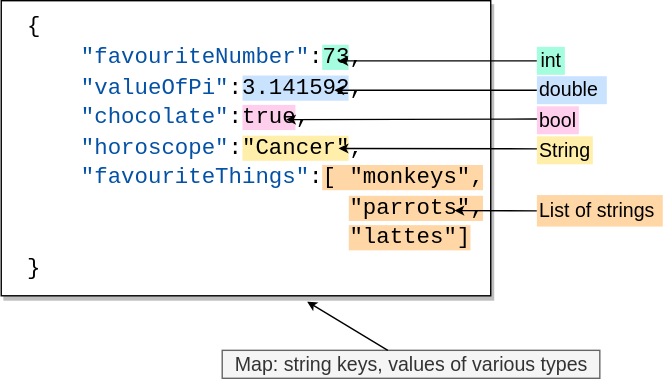
This is diagrams/tutorials/web/jsonstring.svg from dart-lang/site-www, a draw.io export, as it was before one commit. Source tidied: cells renumbered, new cells last; positions are measured from the earlier drawing's top-left corner, leaving out a move shared by most shapes. Its diagram source:
```xml
<mxGraphModel>
  <root>
    <mxCell id="0" />
    <mxCell id="1" parent="0" />
    <mxCell id="2" value="&lt;div style=&quot;font-family: &amp;#34;consolas&amp;#34; , &amp;#34;courier new&amp;#34; , monospace ; font-size: 16px ; line-height: 135%&quot;&gt;&lt;div&gt;&lt;span style=&quot;background-color: rgb(255 , 255 , 255)&quot;&gt;{&lt;/span&gt;&lt;/div&gt;&lt;div&gt;&lt;span style=&quot;background-color: rgb(255 , 255 , 255)&quot;&gt;&amp;nbsp;&amp;nbsp;&amp;nbsp;&amp;nbsp;&lt;/span&gt;&lt;span style=&quot;background-color: rgb(255 , 255 , 255) ; color: rgb(4 , 81 , 165)&quot;&gt;&quot;favouriteNumber&quot;&lt;/span&gt;&lt;span style=&quot;background-color: rgb(255 , 255 , 255)&quot;&gt;:&lt;/span&gt;&lt;font style=&quot;background-color: rgb(164 , 253 , 223)&quot;&gt;73&lt;/font&gt;&lt;span style=&quot;background-color: rgb(255 , 255 , 255)&quot;&gt;,&lt;/span&gt;&lt;/div&gt;&lt;div&gt;&lt;span style=&quot;background-color: rgb(255 , 255 , 255)&quot;&gt;&amp;nbsp;&amp;nbsp;&amp;nbsp;&amp;nbsp;&lt;/span&gt;&lt;span style=&quot;background-color: rgb(255 , 255 , 255) ; color: rgb(4 , 81 , 165)&quot;&gt;&quot;valueOfPi&quot;&lt;/span&gt;&lt;span style=&quot;background-color: rgb(255 , 255 , 255)&quot;&gt;:&lt;/span&gt;&lt;font style=&quot;background-color: rgb(201 , 227 , 255)&quot;&gt;3.141592&lt;/font&gt;&lt;span style=&quot;background-color: rgb(255 , 255 , 255)&quot;&gt;,&lt;/span&gt;&lt;/div&gt;&lt;div&gt;&lt;span style=&quot;background-color: rgb(255 , 255 , 255)&quot;&gt;&amp;nbsp;&amp;nbsp;&amp;nbsp;&amp;nbsp;&lt;/span&gt;&lt;span style=&quot;background-color: rgb(255 , 255 , 255) ; color: rgb(4 , 81 , 165)&quot;&gt;&quot;chocolate&quot;&lt;/span&gt;&lt;span style=&quot;background-color: rgb(255 , 255 , 255)&quot;&gt;:&lt;/span&gt;&lt;font style=&quot;background-color: rgb(255 , 206 , 236)&quot;&gt;true&lt;/font&gt;&lt;span style=&quot;background-color: rgb(255 , 255 , 255)&quot;&gt;,&lt;/span&gt;&lt;/div&gt;&lt;div&gt;&lt;span style=&quot;background-color: rgb(255 , 255 , 255)&quot;&gt;&amp;nbsp;&amp;nbsp;&amp;nbsp;&amp;nbsp;&lt;/span&gt;&lt;span style=&quot;background-color: rgb(255 , 255 , 255) ; color: rgb(4 , 81 , 165)&quot;&gt;&quot;horoscope&quot;&lt;/span&gt;&lt;span style=&quot;background-color: rgb(255 , 255 , 255)&quot;&gt;:&lt;/span&gt;&lt;font style=&quot;background-color: rgb(255 , 239 , 170)&quot;&gt;&quot;Cancer&quot;&lt;/font&gt;&lt;span style=&quot;background-color: rgb(255 , 255 , 255)&quot;&gt;,&lt;/span&gt;&lt;/div&gt;&lt;div&gt;&lt;span style=&quot;background-color: rgb(255 , 255 , 255)&quot;&gt;&amp;nbsp;&amp;nbsp;&amp;nbsp;&amp;nbsp;&lt;/span&gt;&lt;span style=&quot;background-color: rgb(255 , 255 , 255) ; color: rgb(4 , 81 , 165)&quot;&gt;&quot;favouriteThings&quot;&lt;/span&gt;&lt;span style=&quot;background-color: rgb(255 , 255 , 255)&quot;&gt;:&lt;/span&gt;&lt;font style=&quot;background-color: rgb(255 , 214 , 165)&quot;&gt;[&amp;nbsp;&quot;monkeys&quot;,&lt;/font&gt;&lt;/div&gt;&lt;div&gt;&lt;font style=&quot;background-color: rgb(255 , 255 , 255)&quot;&gt;&amp;nbsp;&amp;nbsp;&amp;nbsp;&amp;nbsp;&amp;nbsp;&amp;nbsp;&amp;nbsp;&amp;nbsp;&amp;nbsp;&amp;nbsp;&amp;nbsp;&amp;nbsp;&amp;nbsp;&amp;nbsp;&amp;nbsp;&amp;nbsp;&amp;nbsp;&amp;nbsp;&amp;nbsp;&amp;nbsp;&amp;nbsp;&amp;nbsp;&amp;nbsp;&amp;nbsp;&lt;/font&gt;&lt;font style=&quot;background-color: rgb(255 , 214 , 165)&quot;&gt;&quot;parrots&quot;,&lt;/font&gt;&lt;/div&gt;&lt;div&gt;&lt;font style=&quot;background-color: rgb(255 , 255 , 255)&quot;&gt;&amp;nbsp;&amp;nbsp;&amp;nbsp;&amp;nbsp;&amp;nbsp;&amp;nbsp;&amp;nbsp;&amp;nbsp;&amp;nbsp;&amp;nbsp;&amp;nbsp;&amp;nbsp;&amp;nbsp;&amp;nbsp;&amp;nbsp;&amp;nbsp;&amp;nbsp;&amp;nbsp;&amp;nbsp;&amp;nbsp;&amp;nbsp;&amp;nbsp;&amp;nbsp;&amp;nbsp;&lt;/font&gt;&lt;font style=&quot;background-color: rgb(255 , 214 , 165)&quot;&gt;&quot;lattes&quot;]&lt;/font&gt;&lt;/div&gt;&lt;div&gt;&lt;span style=&quot;background-color: rgb(255 , 255 , 255)&quot;&gt;}&lt;/span&gt;&lt;/div&gt;&lt;/div&gt;" style="rounded=0;whiteSpace=wrap;html=1;align=left;perimeterSpacing=0;glass=0;spacingLeft=17;shadow=1;sketch=0;" parent="1" vertex="1">
      <mxGeometry width="350" height="211" as="geometry" />
    </mxCell>
    <mxCell id="3" style="endArrow=classic;html=1;fontSize=14;endSize=4;jumpStyle=none;exitX=0;exitY=0.5;exitDx=0;exitDy=0;" parent="1" edge="1" source="10">
      <mxGeometry relative="1" as="geometry">
        <mxPoint x="241" y="43" as="targetPoint" />
      </mxGeometry>
    </mxCell>
    <mxCell id="4" style="endArrow=classic;html=1;fontSize=14;endSize=4;jumpStyle=none;exitX=0;exitY=0.5;exitDx=0;exitDy=0;" parent="1" edge="1" source="12">
      <mxGeometry relative="1" as="geometry">
        <mxPoint x="238.1" y="64" as="targetPoint" />
      </mxGeometry>
    </mxCell>
    <mxCell id="5" style="endArrow=classic;html=1;fontSize=14;endSize=4;jumpStyle=none;exitX=0.008;exitY=0.457;exitDx=0;exitDy=0;exitPerimeter=0;" parent="1" edge="1" source="11">
      <mxGeometry relative="1" as="geometry">
        <mxPoint x="203.7" y="85" as="targetPoint" />
      </mxGeometry>
    </mxCell>
    <mxCell id="6" style="endArrow=classic;html=1;fontSize=14;endSize=4;jumpStyle=none;exitX=0.003;exitY=0.446;exitDx=0;exitDy=0;exitPerimeter=0;" parent="1" edge="1" source="13">
      <mxGeometry relative="1" as="geometry">
        <mxPoint x="241.2" y="105.7" as="targetPoint" />
      </mxGeometry>
    </mxCell>
    <mxCell id="7" value="Map: string keys, values of various types" style="text;html=1;align=center;verticalAlign=middle;points=[];fontSize=14;strokeColor=#666666;fillColor=#f5f5f5;fontColor=#333333;" parent="1" vertex="1">
      <mxGeometry x="158" y="250" width="270" height="20" as="geometry" />
    </mxCell>
    <mxCell id="8" style="endArrow=classic;html=1;fontSize=14;endSize=4;entryX=0.625;entryY=1.02;entryDx=0;entryDy=0;entryPerimeter=0;" parent="1" edge="1" source="7" target="2">
      <mxGeometry relative="1" as="geometry" />
    </mxCell>
    <mxCell id="9" style="endArrow=classic;html=1;fontSize=14;endSize=4;jumpStyle=none;exitX=0;exitY=0.5;exitDx=0;exitDy=0;" parent="1" edge="1" source="14">
      <mxGeometry relative="1" as="geometry">
        <mxPoint x="324" y="150.1" as="targetPoint" />
      </mxGeometry>
    </mxCell>
    <mxCell id="10" value="int" style="rounded=0;whiteSpace=wrap;html=1;fillColor=#A4FDDF;strokeColor=none;align=left;spacingLeft=1;fontSize=14;" parent="1" vertex="1">
      <mxGeometry x="383" y="33" width="20" height="20" as="geometry" />
    </mxCell>
    <mxCell id="11" value="bool" style="rounded=0;whiteSpace=wrap;html=1;fillColor=#FFCEEC;strokeColor=none;align=left;fontSize=14;" parent="1" vertex="1">
      <mxGeometry x="383" y="75.5" width="30" height="20" as="geometry" />
    </mxCell>
    <mxCell id="12" value="double" style="rounded=0;whiteSpace=wrap;html=1;fillColor=#C9E3FF;strokeColor=none;align=left;fontSize=14;" parent="1" vertex="1">
      <mxGeometry x="383" y="54" width="50" height="20" as="geometry" />
    </mxCell>
    <mxCell id="13" value="String" style="rounded=0;whiteSpace=wrap;html=1;fillColor=#FFEFAA;strokeColor=none;align=left;fontSize=14;" parent="1" vertex="1">
      <mxGeometry x="383" y="97" width="40" height="20" as="geometry" />
    </mxCell>
    <mxCell id="14" value="&lt;span style=&quot;background-color: rgb(255, 214, 165); font-size: 14px;&quot;&gt;&lt;font style=&quot;font-size: 14px;&quot;&gt;List of strings&lt;/font&gt;&lt;/span&gt;" style="rounded=0;whiteSpace=wrap;html=1;align=left;fillColor=#FFD6A5;strokeColor=none;fontSize=14;" parent="1" vertex="1">
      <mxGeometry x="383" y="139" width="90" height="22.5" as="geometry" />
    </mxCell>
  </root>
</mxGraphModel>
```
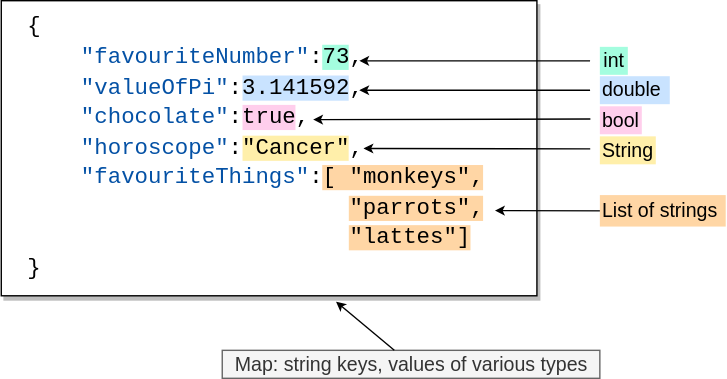
After the change.

Diff of the diagram source:
```diff
@@ -2,53 +2,58 @@
   <root>
     <mxCell id="0" />
     <mxCell id="1" parent="0" />
-    <mxCell id="2" value="&lt;div style=&quot;font-family: &amp;#34;consolas&amp;#34; , &amp;#34;courier new&amp;#34; , monospace ; font-size: 16px ; line-height: 135%&quot;&gt;&lt;div&gt;&lt;span style=&quot;background-color: rgb(255 , 255 , 255)&quot;&gt;{&lt;/span&gt;&lt;/div&gt;&lt;div&gt;&lt;span style=&quot;background-color: rgb(255 , 255 , 255)&quot;&gt;&amp;nbsp;&amp;nbsp;&amp;nbsp;&amp;nbsp;&lt;/span&gt;&lt;span style=&quot;background-color: rgb(255 , 255 , 255) ; color: rgb(4 , 81 , 165)&quot;&gt;&quot;favouriteNumber&quot;&lt;/span&gt;&lt;span style=&quot;background-color: rgb(255 , 255 , 255)&quot;&gt;:&lt;/span&gt;&lt;font style=&quot;background-color: rgb(164 , 253 , 223)&quot;&gt;73&lt;/font&gt;&lt;span style=&quot;background-color: rgb(255 , 255 , 255)&quot;&gt;,&lt;/span&gt;&lt;/div&gt;&lt;div&gt;&lt;span style=&quot;background-color: rgb(255 , 255 , 255)&quot;&gt;&amp;nbsp;&amp;nbsp;&amp;nbsp;&amp;nbsp;&lt;/span&gt;&lt;span style=&quot;background-color: rgb(255 , 255 , 255) ; color: rgb(4 , 81 , 165)&quot;&gt;&quot;valueOfPi&quot;&lt;/span&gt;&lt;span style=&quot;background-color: rgb(255 , 255 , 255)&quot;&gt;:&lt;/span&gt;&lt;font style=&quot;background-color: rgb(201 , 227 , 255)&quot;&gt;3.141592&lt;/font&gt;&lt;span style=&quot;background-color: rgb(255 , 255 , 255)&quot;&gt;,&lt;/span&gt;&lt;/div&gt;&lt;div&gt;&lt;span style=&quot;background-color: rgb(255 , 255 , 255)&quot;&gt;&amp;nbsp;&amp;nbsp;&amp;nbsp;&amp;nbsp;&lt;/span&gt;&lt;span style=&quot;background-color: rgb(255 , 255 , 255) ; color: rgb(4 , 81 , 165)&quot;&gt;&quot;chocolate&quot;&lt;/span&gt;&lt;span style=&quot;background-color: rgb(255 , 255 , 255)&quot;&gt;:&lt;/span&gt;&lt;font style=&quot;background-color: rgb(255 , 206 , 236)&quot;&gt;true&lt;/font&gt;&lt;span style=&quot;background-color: rgb(255 , 255 , 255)&quot;&gt;,&lt;/span&gt;&lt;/div&gt;&lt;div&gt;&lt;span style=&quot;background-color: rgb(255 , 255 , 255)&quot;&gt;&amp;nbsp;&amp;nbsp;&amp;nbsp;&amp;nbsp;&lt;/span&gt;&lt;span style=&quot;background-color: rgb(255 , 255 , 255) ; color: rgb(4 , 81 , 165)&quot;&gt;&quot;horoscope&quot;&lt;/span&gt;&lt;span style=&quot;background-color: rgb(255 , 255 , 255)&quot;&gt;:&lt;/span&gt;&lt;font style=&quot;background-color: rgb(255 , 239 , 170)&quot;&gt;&quot;Cancer&quot;&lt;/font&gt;&lt;span style=&quot;background-color: rgb(255 , 255 , 255)&quot;&gt;,&lt;/span&gt;&lt;/div&gt;&lt;div&gt;&lt;span style=&quot;background-color: rgb(255 , 255 , 255)&quot;&gt;&amp;nbsp;&amp;nbsp;&amp;nbsp;&amp;nbsp;&lt;/span&gt;&lt;span style=&quot;background-color: rgb(255 , 255 , 255) ; color: rgb(4 , 81 , 165)&quot;&gt;&quot;favouriteThings&quot;&lt;/span&gt;&lt;span style=&quot;background-color: rgb(255 , 255 , 255)&quot;&gt;:&lt;/span&gt;&lt;font style=&quot;background-color: rgb(255 , 214 , 165)&quot;&gt;[&amp;nbsp;&quot;monkeys&quot;,&lt;/font&gt;&lt;/div&gt;&lt;div&gt;&lt;font style=&quot;background-color: rgb(255 , 255 , 255)&quot;&gt;&amp;nbsp;&amp;nbsp;&amp;nbsp;&amp;nbsp;&amp;nbsp;&amp;nbsp;&amp;nbsp;&amp;nbsp;&amp;nbsp;&amp;nbsp;&amp;nbsp;&amp;nbsp;&amp;nbsp;&amp;nbsp;&amp;nbsp;&amp;nbsp;&amp;nbsp;&amp;nbsp;&amp;nbsp;&amp;nbsp;&amp;nbsp;&amp;nbsp;&amp;nbsp;&amp;nbsp;&lt;/font&gt;&lt;font style=&quot;background-color: rgb(255 , 214 , 165)&quot;&gt;&quot;parrots&quot;,&lt;/font&gt;&lt;/div&gt;&lt;div&gt;&lt;font style=&quot;background-color: rgb(255 , 255 , 255)&quot;&gt;&amp;nbsp;&amp;nbsp;&amp;nbsp;&amp;nbsp;&amp;nbsp;&amp;nbsp;&amp;nbsp;&amp;nbsp;&amp;nbsp;&amp;nbsp;&amp;nbsp;&amp;nbsp;&amp;nbsp;&amp;nbsp;&amp;nbsp;&amp;nbsp;&amp;nbsp;&amp;nbsp;&amp;nbsp;&amp;nbsp;&amp;nbsp;&amp;nbsp;&amp;nbsp;&amp;nbsp;&lt;/font&gt;&lt;font style=&quot;background-color: rgb(255 , 214 , 165)&quot;&gt;&quot;lattes&quot;]&lt;/font&gt;&lt;/div&gt;&lt;div&gt;&lt;span style=&quot;background-color: rgb(255 , 255 , 255)&quot;&gt;}&lt;/span&gt;&lt;/div&gt;&lt;/div&gt;" style="rounded=0;whiteSpace=wrap;html=1;align=left;perimeterSpacing=0;glass=0;spacingLeft=17;shadow=1;sketch=0;" parent="1" vertex="1">
-      <mxGeometry width="350" height="211" as="geometry" />
+    <mxCell id="2" value="&lt;div style=&quot;font-size: 16px ; line-height: 135%&quot;&gt;&lt;div&gt;&lt;span style=&quot;background-color: rgb(255 , 255 , 255)&quot;&gt;{&lt;/span&gt;&lt;/div&gt;&lt;div&gt;&lt;span style=&quot;background-color: rgb(255 , 255 , 255)&quot;&gt;&amp;nbsp;&amp;nbsp;&amp;nbsp;&amp;nbsp;&lt;/span&gt;&lt;span style=&quot;background-color: rgb(255 , 255 , 255) ; color: rgb(4 , 81 , 165)&quot;&gt;&quot;favouriteNumber&quot;&lt;/span&gt;&lt;span style=&quot;background-color: rgb(255 , 255 , 255)&quot;&gt;:&lt;/span&gt;&lt;font style=&quot;background-color: rgb(164 , 253 , 223)&quot;&gt;73&lt;/font&gt;&lt;span style=&quot;background-color: rgb(255 , 255 , 255)&quot;&gt;,&lt;/span&gt;&lt;/div&gt;&lt;div&gt;&lt;span style=&quot;background-color: rgb(255 , 255 , 255)&quot;&gt;&amp;nbsp;&amp;nbsp;&amp;nbsp;&amp;nbsp;&lt;/span&gt;&lt;span style=&quot;background-color: rgb(255 , 255 , 255) ; color: rgb(4 , 81 , 165)&quot;&gt;&quot;valueOfPi&quot;&lt;/span&gt;&lt;span style=&quot;background-color: rgb(255 , 255 , 255)&quot;&gt;:&lt;/span&gt;&lt;font style=&quot;background-color: rgb(201 , 227 , 255)&quot;&gt;3.141592&lt;/font&gt;&lt;span style=&quot;background-color: rgb(255 , 255 , 255)&quot;&gt;,&lt;/span&gt;&lt;/div&gt;&lt;div&gt;&lt;span style=&quot;background-color: rgb(255 , 255 , 255)&quot;&gt;&amp;nbsp;&amp;nbsp;&amp;nbsp;&amp;nbsp;&lt;/span&gt;&lt;span style=&quot;background-color: rgb(255 , 255 , 255) ; color: rgb(4 , 81 , 165)&quot;&gt;&quot;chocolate&quot;&lt;/span&gt;&lt;span style=&quot;background-color: rgb(255 , 255 , 255)&quot;&gt;:&lt;/span&gt;&lt;font style=&quot;background-color: rgb(255 , 206 , 236)&quot;&gt;true&lt;/font&gt;&lt;span style=&quot;background-color: rgb(255 , 255 , 255)&quot;&gt;,&lt;/span&gt;&lt;/div&gt;&lt;div&gt;&lt;span style=&quot;background-color: rgb(255 , 255 , 255)&quot;&gt;&amp;nbsp;&amp;nbsp;&amp;nbsp;&amp;nbsp;&lt;/span&gt;&lt;span style=&quot;background-color: rgb(255 , 255 , 255) ; color: rgb(4 , 81 , 165)&quot;&gt;&quot;horoscope&quot;&lt;/span&gt;&lt;span style=&quot;background-color: rgb(255 , 255 , 255)&quot;&gt;:&lt;/span&gt;&lt;font style=&quot;background-color: rgb(255 , 239 , 170)&quot;&gt;&quot;Cancer&quot;&lt;/font&gt;&lt;span style=&quot;background-color: rgb(255 , 255 , 255)&quot;&gt;,&lt;/span&gt;&lt;/div&gt;&lt;div&gt;&lt;span style=&quot;background-color: rgb(255 , 255 , 255)&quot;&gt;&amp;nbsp;&amp;nbsp;&amp;nbsp;&amp;nbsp;&lt;/span&gt;&lt;span style=&quot;background-color: rgb(255 , 255 , 255) ; color: rgb(4 , 81 , 165)&quot;&gt;&quot;favouriteThings&quot;&lt;/span&gt;&lt;span style=&quot;background-color: rgb(255 , 255 , 255)&quot;&gt;:&lt;/span&gt;&lt;font style=&quot;background-color: rgb(255 , 214 , 165)&quot;&gt;[&amp;nbsp;&quot;monkeys&quot;,&lt;/font&gt;&lt;/div&gt;&lt;div&gt;&lt;font style=&quot;background-color: rgb(255 , 255 , 255)&quot;&gt;&amp;nbsp; &amp;nbsp;&lt;span style=&quot;white-space: pre&quot;&gt;&#9;&lt;/span&gt;&amp;nbsp;&amp;nbsp;&amp;nbsp;&amp;nbsp;&amp;nbsp;&amp;nbsp;&amp;nbsp;&amp;nbsp;&lt;span style=&quot;white-space: pre&quot;&gt;&#9;&lt;/span&gt;&lt;/font&gt;&lt;font style=&quot;background-color: rgb(255 , 214 , 165)&quot;&gt;&quot;parrots&quot;,&lt;/font&gt;&lt;/div&gt;&lt;div&gt;&lt;font style=&quot;background-color: rgb(255 , 255 , 255)&quot;&gt;&amp;nbsp; &amp;nbsp; &amp;nbsp; &amp;nbsp; &amp;nbsp; &amp;nbsp; &amp;nbsp;&amp;nbsp;&lt;span style=&quot;white-space: pre&quot;&gt;&#9;&lt;/span&gt;&amp;nbsp;&amp;nbsp;&amp;nbsp;&amp;nbsp;&amp;nbsp;&amp;nbsp;&amp;nbsp;&amp;nbsp;&lt;/font&gt;&lt;font style=&quot;background-color: rgb(255 , 214 , 165)&quot;&gt;&quot;lattes&quot;]&lt;/font&gt;&lt;/div&gt;&lt;div&gt;&lt;span style=&quot;background-color: rgb(255 , 255 , 255)&quot;&gt;}&lt;/span&gt;&lt;/div&gt;&lt;/div&gt;" style="rounded=0;whiteSpace=wrap;html=1;align=left;perimeterSpacing=0;glass=0;spacingLeft=17;shadow=1;sketch=0;fontFamily=Courier New;" parent="1" vertex="1">
+      <mxGeometry x="-45" width="383" height="211" as="geometry" />
     </mxCell>
-    <mxCell id="3" style="endArrow=classic;html=1;fontSize=14;endSize=4;jumpStyle=none;exitX=0;exitY=0.5;exitDx=0;exitDy=0;" parent="1" edge="1" source="10">
+    <mxCell id="3" style="endArrow=classic;html=1;fontSize=14;endSize=4;jumpStyle=none;exitX=0;exitY=0.5;exitDx=0;exitDy=0;fontFamily=Inconsolata;fontSource=https%3A%2F%2Ffonts.googleapis.com%2Fcss%3Ffamily%3DInconsolata;" parent="1" edge="1">
       <mxGeometry relative="1" as="geometry">
-        <mxPoint x="241" y="43" as="targetPoint" />
+        <mxPoint x="376" y="43" as="sourcePoint" />
+        <mxPoint x="211" y="43" as="targetPoint" />
       </mxGeometry>
     </mxCell>
-    <mxCell id="4" style="endArrow=classic;html=1;fontSize=14;endSize=4;jumpStyle=none;exitX=0;exitY=0.5;exitDx=0;exitDy=0;" parent="1" edge="1" source="12">
+    <mxCell id="4" style="endArrow=classic;html=1;fontSize=14;endSize=4;jumpStyle=none;exitX=0;exitY=0.5;exitDx=0;exitDy=0;fontFamily=Inconsolata;fontSource=https%3A%2F%2Ffonts.googleapis.com%2Fcss%3Ffamily%3DInconsolata;" parent="1" edge="1">
       <mxGeometry relative="1" as="geometry">
-        <mxPoint x="238.1" y="64" as="targetPoint" />
+        <mxPoint x="376" y="64" as="sourcePoint" />
+        <mxPoint x="211" y="64" as="targetPoint" />
       </mxGeometry>
     </mxCell>
-    <mxCell id="5" style="endArrow=classic;html=1;fontSize=14;endSize=4;jumpStyle=none;exitX=0.008;exitY=0.457;exitDx=0;exitDy=0;exitPerimeter=0;" parent="1" edge="1" source="11">
+    <mxCell id="5" style="endArrow=classic;html=1;fontSize=14;endSize=4;jumpStyle=none;exitX=0.008;exitY=0.457;exitDx=0;exitDy=0;exitPerimeter=0;fontFamily=Inconsolata;fontSource=https%3A%2F%2Ffonts.googleapis.com%2Fcss%3Ffamily%3DInconsolata;" parent="1" edge="1">
       <mxGeometry relative="1" as="geometry">
-        <mxPoint x="203.7" y="85" as="targetPoint" />
+        <mxPoint x="376.2" y="84.6" as="sourcePoint" />
+        <mxPoint x="178" y="85" as="targetPoint" />
       </mxGeometry>
     </mxCell>
-    <mxCell id="6" style="endArrow=classic;html=1;fontSize=14;endSize=4;jumpStyle=none;exitX=0.003;exitY=0.446;exitDx=0;exitDy=0;exitPerimeter=0;" parent="1" edge="1" source="13">
+    <mxCell id="6" style="endArrow=classic;html=1;fontSize=14;endSize=4;jumpStyle=none;exitX=0.003;exitY=0.446;exitDx=0;exitDy=0;exitPerimeter=0;fontFamily=Inconsolata;fontSource=https%3A%2F%2Ffonts.googleapis.com%2Fcss%3Ffamily%3DInconsolata;" parent="1" edge="1">
       <mxGeometry relative="1" as="geometry">
-        <mxPoint x="241.2" y="105.7" as="targetPoint" />
+        <mxPoint x="376.1" y="105.9" as="sourcePoint" />
+        <mxPoint x="214" y="105.7" as="targetPoint" />
       </mxGeometry>
     </mxCell>
-    <mxCell id="7" value="Map: string keys, values of various types" style="text;html=1;align=center;verticalAlign=middle;points=[];fontSize=14;strokeColor=#666666;fillColor=#f5f5f5;fontColor=#333333;" parent="1" vertex="1">
-      <mxGeometry x="158" y="250" width="270" height="20" as="geometry" />
+    <mxCell id="7" value="Map: string keys, values of various types" style="text;html=1;align=center;verticalAlign=middle;points=[];fontSize=14;strokeColor=#666666;fillColor=#f5f5f5;fontColor=#333333;fontFamily=Helvetica;" parent="1" vertex="1">
+      <mxGeometry x="113" y="250" width="270" height="20" as="geometry" />
     </mxCell>
-    <mxCell id="8" style="endArrow=classic;html=1;fontSize=14;endSize=4;entryX=0.625;entryY=1.02;entryDx=0;entryDy=0;entryPerimeter=0;" parent="1" edge="1" source="7" target="2">
+    <mxCell id="8" style="endArrow=classic;html=1;fontSize=14;endSize=4;entryX=0.625;entryY=1.02;entryDx=0;entryDy=0;entryPerimeter=0;fontFamily=Inconsolata;fontSource=https%3A%2F%2Ffonts.googleapis.com%2Fcss%3Ffamily%3DInconsolata;" parent="1" edge="1" source="7" target="2">
       <mxGeometry relative="1" as="geometry" />
     </mxCell>
-    <mxCell id="9" style="endArrow=classic;html=1;fontSize=14;endSize=4;jumpStyle=none;exitX=0;exitY=0.5;exitDx=0;exitDy=0;" parent="1" edge="1" source="14">
+    <mxCell id="9" style="endArrow=classic;html=1;fontSize=14;endSize=4;jumpStyle=none;exitX=0;exitY=0.5;exitDx=0;exitDy=0;fontFamily=Inconsolata;fontSource=https%3A%2F%2Ffonts.googleapis.com%2Fcss%3Ffamily%3DInconsolata;" parent="1" edge="1">
       <mxGeometry relative="1" as="geometry">
-        <mxPoint x="324" y="150.1" as="targetPoint" />
+        <mxPoint x="393" y="150.2" as="sourcePoint" />
+        <mxPoint x="308" y="150.1" as="targetPoint" />
       </mxGeometry>
     </mxCell>
-    <mxCell id="10" value="int" style="rounded=0;whiteSpace=wrap;html=1;fillColor=#A4FDDF;strokeColor=none;align=left;spacingLeft=1;fontSize=14;" parent="1" vertex="1">
+    <mxCell id="10" value="int" style="rounded=0;whiteSpace=wrap;html=1;fillColor=#A4FDDF;strokeColor=none;align=left;spacingLeft=1;fontSize=14;fontFamily=Helvetica;" parent="1" vertex="1">
       <mxGeometry x="383" y="33" width="20" height="20" as="geometry" />
     </mxCell>
-    <mxCell id="11" value="bool" style="rounded=0;whiteSpace=wrap;html=1;fillColor=#FFCEEC;strokeColor=none;align=left;fontSize=14;" parent="1" vertex="1">
+    <mxCell id="11" value="bool" style="rounded=0;whiteSpace=wrap;html=1;fillColor=#FFCEEC;strokeColor=none;align=left;fontSize=14;fontFamily=Helvetica;" parent="1" vertex="1">
       <mxGeometry x="383" y="75.5" width="30" height="20" as="geometry" />
     </mxCell>
-    <mxCell id="12" value="double" style="rounded=0;whiteSpace=wrap;html=1;fillColor=#C9E3FF;strokeColor=none;align=left;fontSize=14;" parent="1" vertex="1">
+    <mxCell id="12" value="double" style="rounded=0;whiteSpace=wrap;html=1;fillColor=#C9E3FF;strokeColor=none;align=left;fontSize=14;fontFamily=Helvetica;" parent="1" vertex="1">
       <mxGeometry x="383" y="54" width="50" height="20" as="geometry" />
     </mxCell>
-    <mxCell id="13" value="String" style="rounded=0;whiteSpace=wrap;html=1;fillColor=#FFEFAA;strokeColor=none;align=left;fontSize=14;" parent="1" vertex="1">
+    <mxCell id="13" value="String" style="rounded=0;whiteSpace=wrap;html=1;fillColor=#FFEFAA;strokeColor=none;align=left;fontSize=14;fontFamily=Helvetica;" parent="1" vertex="1">
       <mxGeometry x="383" y="97" width="40" height="20" as="geometry" />
     </mxCell>
-    <mxCell id="14" value="&lt;span style=&quot;background-color: rgb(255, 214, 165); font-size: 14px;&quot;&gt;&lt;font style=&quot;font-size: 14px;&quot;&gt;List of strings&lt;/font&gt;&lt;/span&gt;" style="rounded=0;whiteSpace=wrap;html=1;align=left;fillColor=#FFD6A5;strokeColor=none;fontSize=14;" parent="1" vertex="1">
+    <mxCell id="14" value="&lt;span style=&quot;background-color: rgb(255, 214, 165); font-size: 14px;&quot;&gt;&lt;font style=&quot;font-size: 14px;&quot;&gt;List of strings&lt;/font&gt;&lt;/span&gt;" style="rounded=0;whiteSpace=wrap;html=1;align=left;fillColor=#FFD6A5;strokeColor=none;fontSize=14;fontFamily=Helvetica;" parent="1" vertex="1">
       <mxGeometry x="383" y="139" width="90" height="22.5" as="geometry" />
     </mxCell>
   </root>
```
